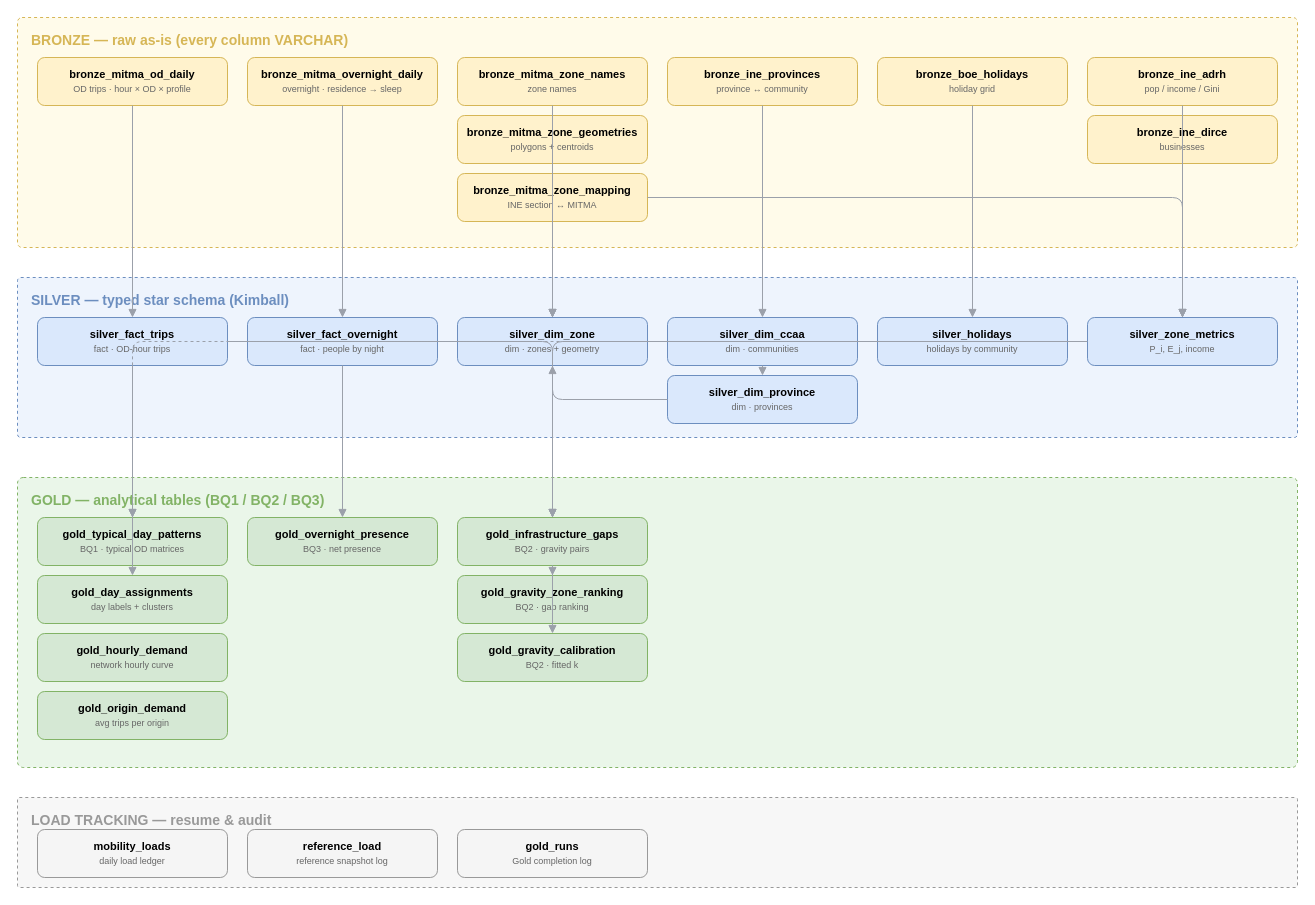
This is docs/diagrams/schemas/tables_overview.drawio from Enric343/mobility_lakehouse, a draw.io file, before an edit. Source tidied: cells renumbered, new cells numbered last; positions are measured from the earlier drawing's top-left corner, leaving out a move shared by most shapes. Both pictures are drawn from the tidied source at 100%, with x=0, y=0 at pixel (17, 17).
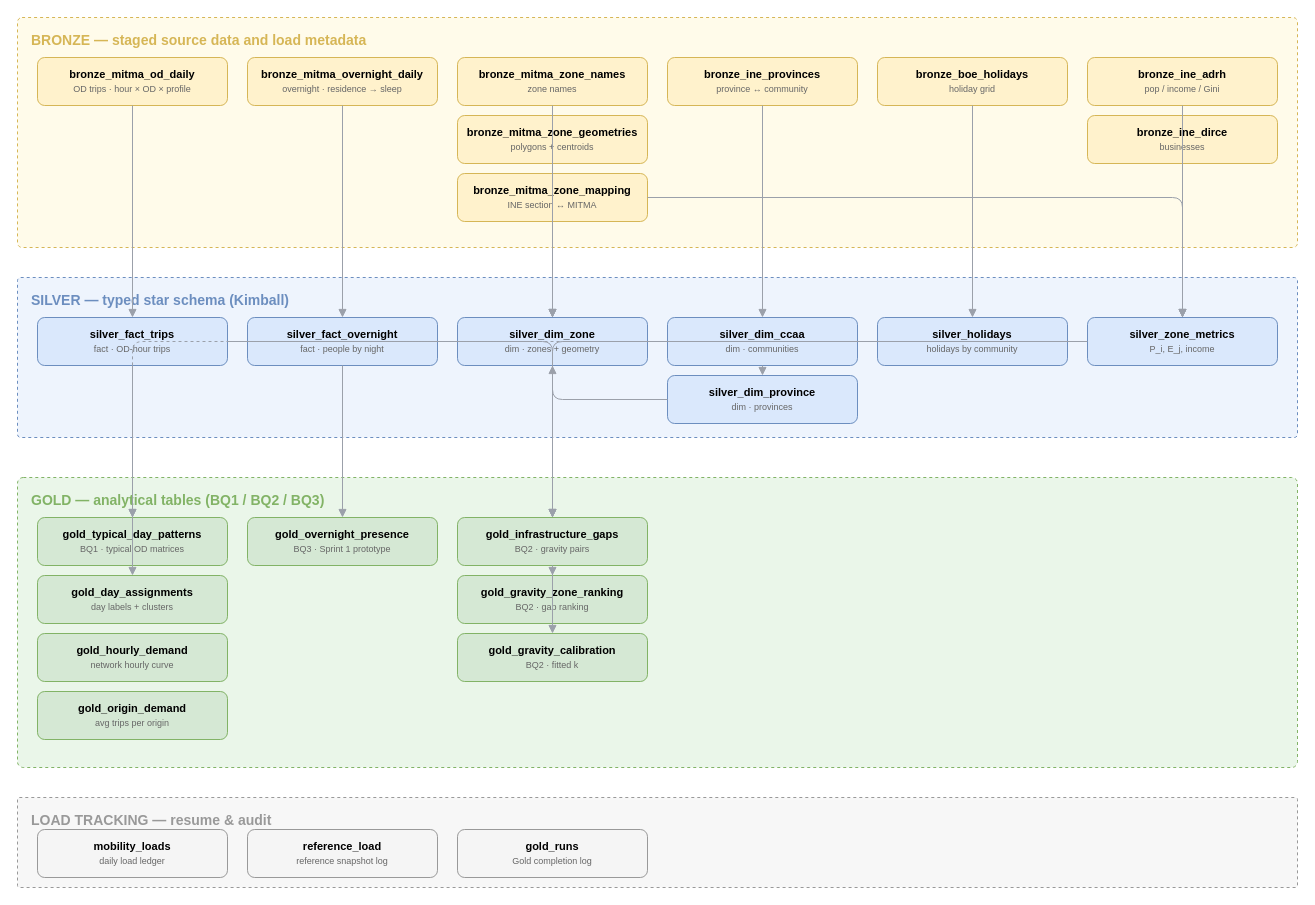
After the change.

Diff of the diagram source:
```diff
@@
-    <mxCell id="2" value="BRONZE — raw as-is (every column VARCHAR)" style="rounded=1;arcSize=2;whiteSpace=wrap;html=1;fillColor=#FFFBEA;strokeColor=#D6B656;dashed=1;verticalAlign=top;align=left;spacingLeft=12;spacingTop=8;fontStyle=1;fontSize=14;fontColor=#D6B656;" parent="1" vertex="1">
+    <mxCell id="2" value="BRONZE — staged source data and load metadata" style="rounded=1;arcSize=2;whiteSpace=wrap;html=1;fillColor=#FFFBEA;strokeColor=#D6B656;dashed=1;verticalAlign=top;align=left;spacingLeft=12;spacingTop=8;fontStyle=1;fontSize=14;fontColor=#D6B656;" parent="1" vertex="1">
       <mxGeometry width="1280" height="230" as="geometry" />
     </mxCell>
@@
-    <mxCell id="26" value="&lt;b&gt;gold_overnight_presence&lt;/b&gt;&lt;br&gt;&lt;font style='font-size:9px;color:#666'&gt;BQ3 · net presence&lt;/font&gt;" style="rounded=1;whiteSpace=wrap;html=1;fillColor=#D5E8D4;strokeColor=#82B366;fontSize=11;verticalAlign=middle;align=center;" parent="1" vertex="1">
+    <mxCell id="26" value="&lt;b&gt;gold_overnight_presence&lt;/b&gt;&lt;br&gt;&lt;font style='font-size:9px;color:#666'&gt;BQ3 · Sprint 1 prototype&lt;/font&gt;" style="rounded=1;whiteSpace=wrap;html=1;fillColor=#D5E8D4;strokeColor=#82B366;fontSize=11;verticalAlign=middle;align=center;" parent="1" vertex="1">
       <mxGeometry x="230" y="500" width="190" height="48" as="geometry" />
     </mxCell>
```
